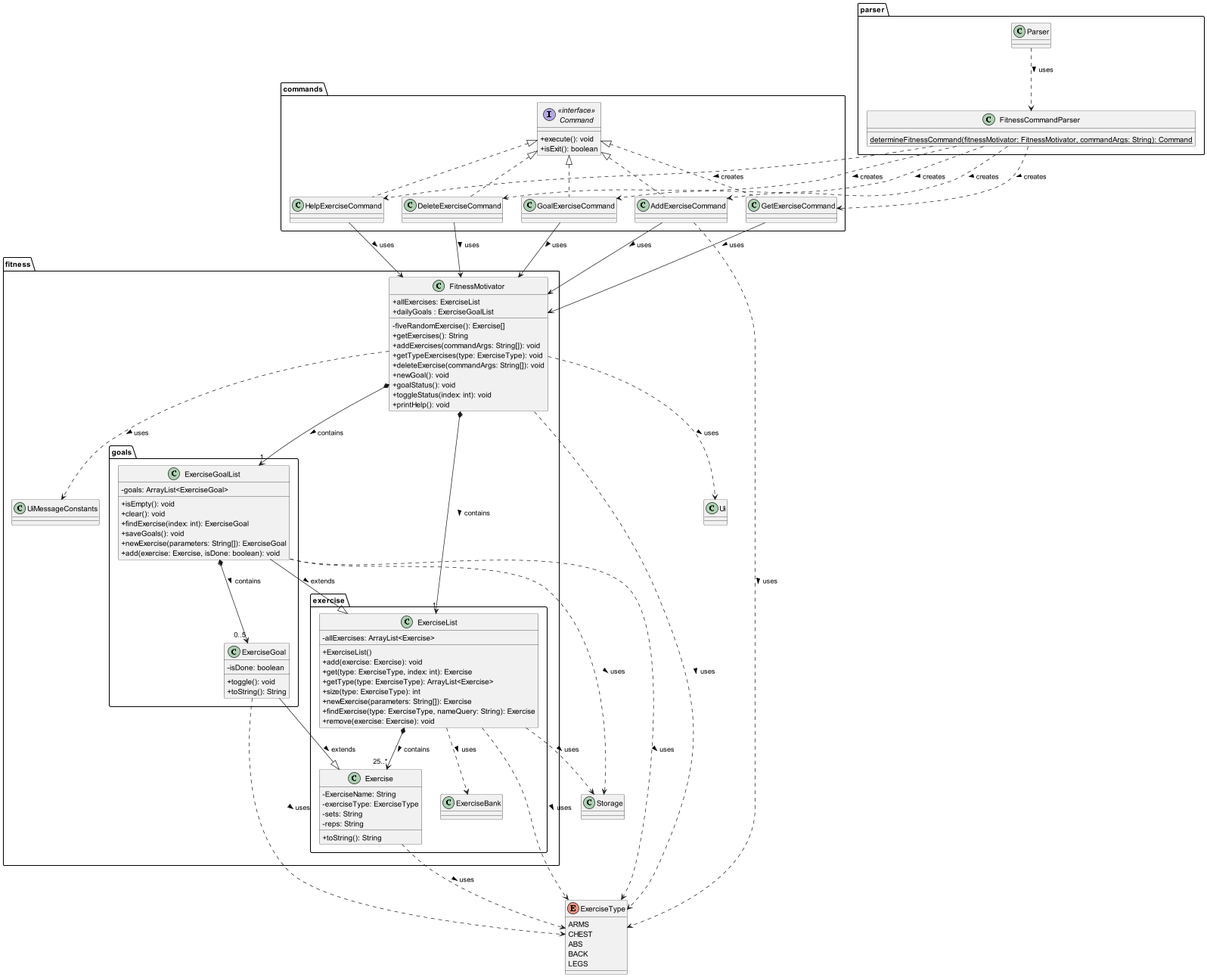
Above: docs/diagrams/fitness/FitnessClassDiagram.png in AY2324S2-CS2113-T11-1/tp (PlantUML), before the change.
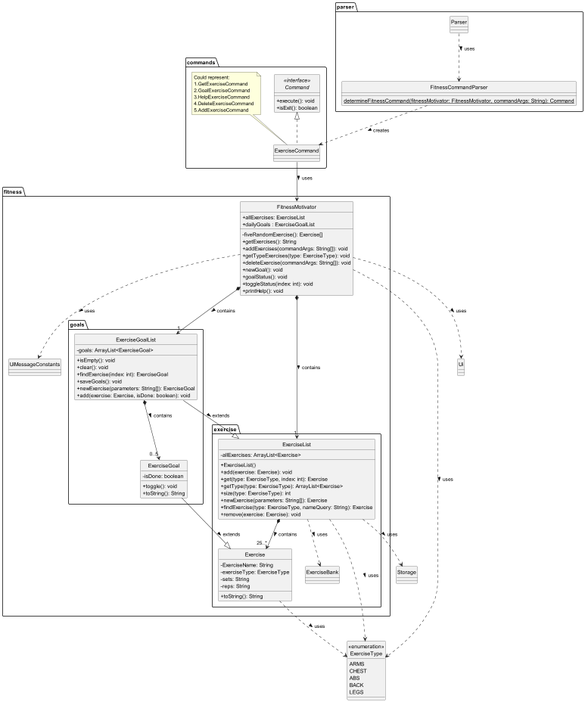
The same file after the commit.

Commit message:
Edit Fitness Class Diagram

Diff of the diagram source:
```diff
@@ -1,6 +1,7 @@
 @startuml
 
 skinparam classAttributeIconSize 0
+hide circle
 
 package parser {
     class FitnessCommandParser {
@@ -17,20 +18,9 @@
         + isExit(): boolean
     }
 
-    class GetExerciseCommand implements Command {
+    class ExerciseCommand implements Command {
     }
-
-    class DeleteExerciseCommand implements Command {
-    }
-
-    class GoalExerciseCommand implements Command {
-    }
-
-    class HelpExerciseCommand implements Command {
-    }
-
-    class AddExerciseCommand implements Command {
-    }
+    note top of ExerciseCommand: Could represent: \n1.GetExerciseCommand \n2.GoalExerciseCommand \n3.HelpExerciseCommand \n4.DeleteExerciseCommand \n5.AddExerciseCommand
 }
 
 package fitness {
@@ -97,7 +87,7 @@
     }
 }
 
-enum ExerciseType {
+enum "<<enumeration>>\nExerciseType" as ExerciseType {
             ARMS
             CHEST
             ABS
@@ -112,18 +102,9 @@
 }
 
 Parser ..> FitnessCommandParser : uses >
-FitnessCommandParser ..> GetExerciseCommand : creates >
-FitnessCommandParser ..> DeleteExerciseCommand : creates >
-FitnessCommandParser ..> GoalExerciseCommand : creates >
-FitnessCommandParser ..> HelpExerciseCommand : creates >
-FitnessCommandParser ..> AddExerciseCommand : creates >
+FitnessCommandParser ..> ExerciseCommand : creates >
 
-AddExerciseCommand --> FitnessMotivator : uses >
-AddExerciseCommand ..> ExerciseType : uses >
-GetExerciseCommand --> FitnessMotivator : uses >
-DeleteExerciseCommand --> FitnessMotivator : uses >
-GoalExerciseCommand --> FitnessMotivator : uses >
-HelpExerciseCommand --> FitnessMotivator : uses >
+ExerciseCommand --> FitnessMotivator : uses >
 
 FitnessMotivator *--> "1" ExerciseList : contains >
 FitnessMotivator *--> "1" ExerciseGoalList : contains >
@@ -137,13 +118,10 @@
 ExerciseGoalList *--> "0..5" ExerciseGoal : contains >
 
 ExerciseList ..> ExerciseType : uses >
-ExerciseGoalList ..> ExerciseType : uses >
-ExerciseGoal ..> ExerciseType : uses >
 FitnessMotivator ..> ExerciseType : uses >
 Exercise ..> ExerciseType : uses >
 
 ExerciseList ..> Storage : uses >
-ExerciseGoalList ..> Storage : uses >
 
 FitnessMotivator ..> Ui : uses >
 
```
